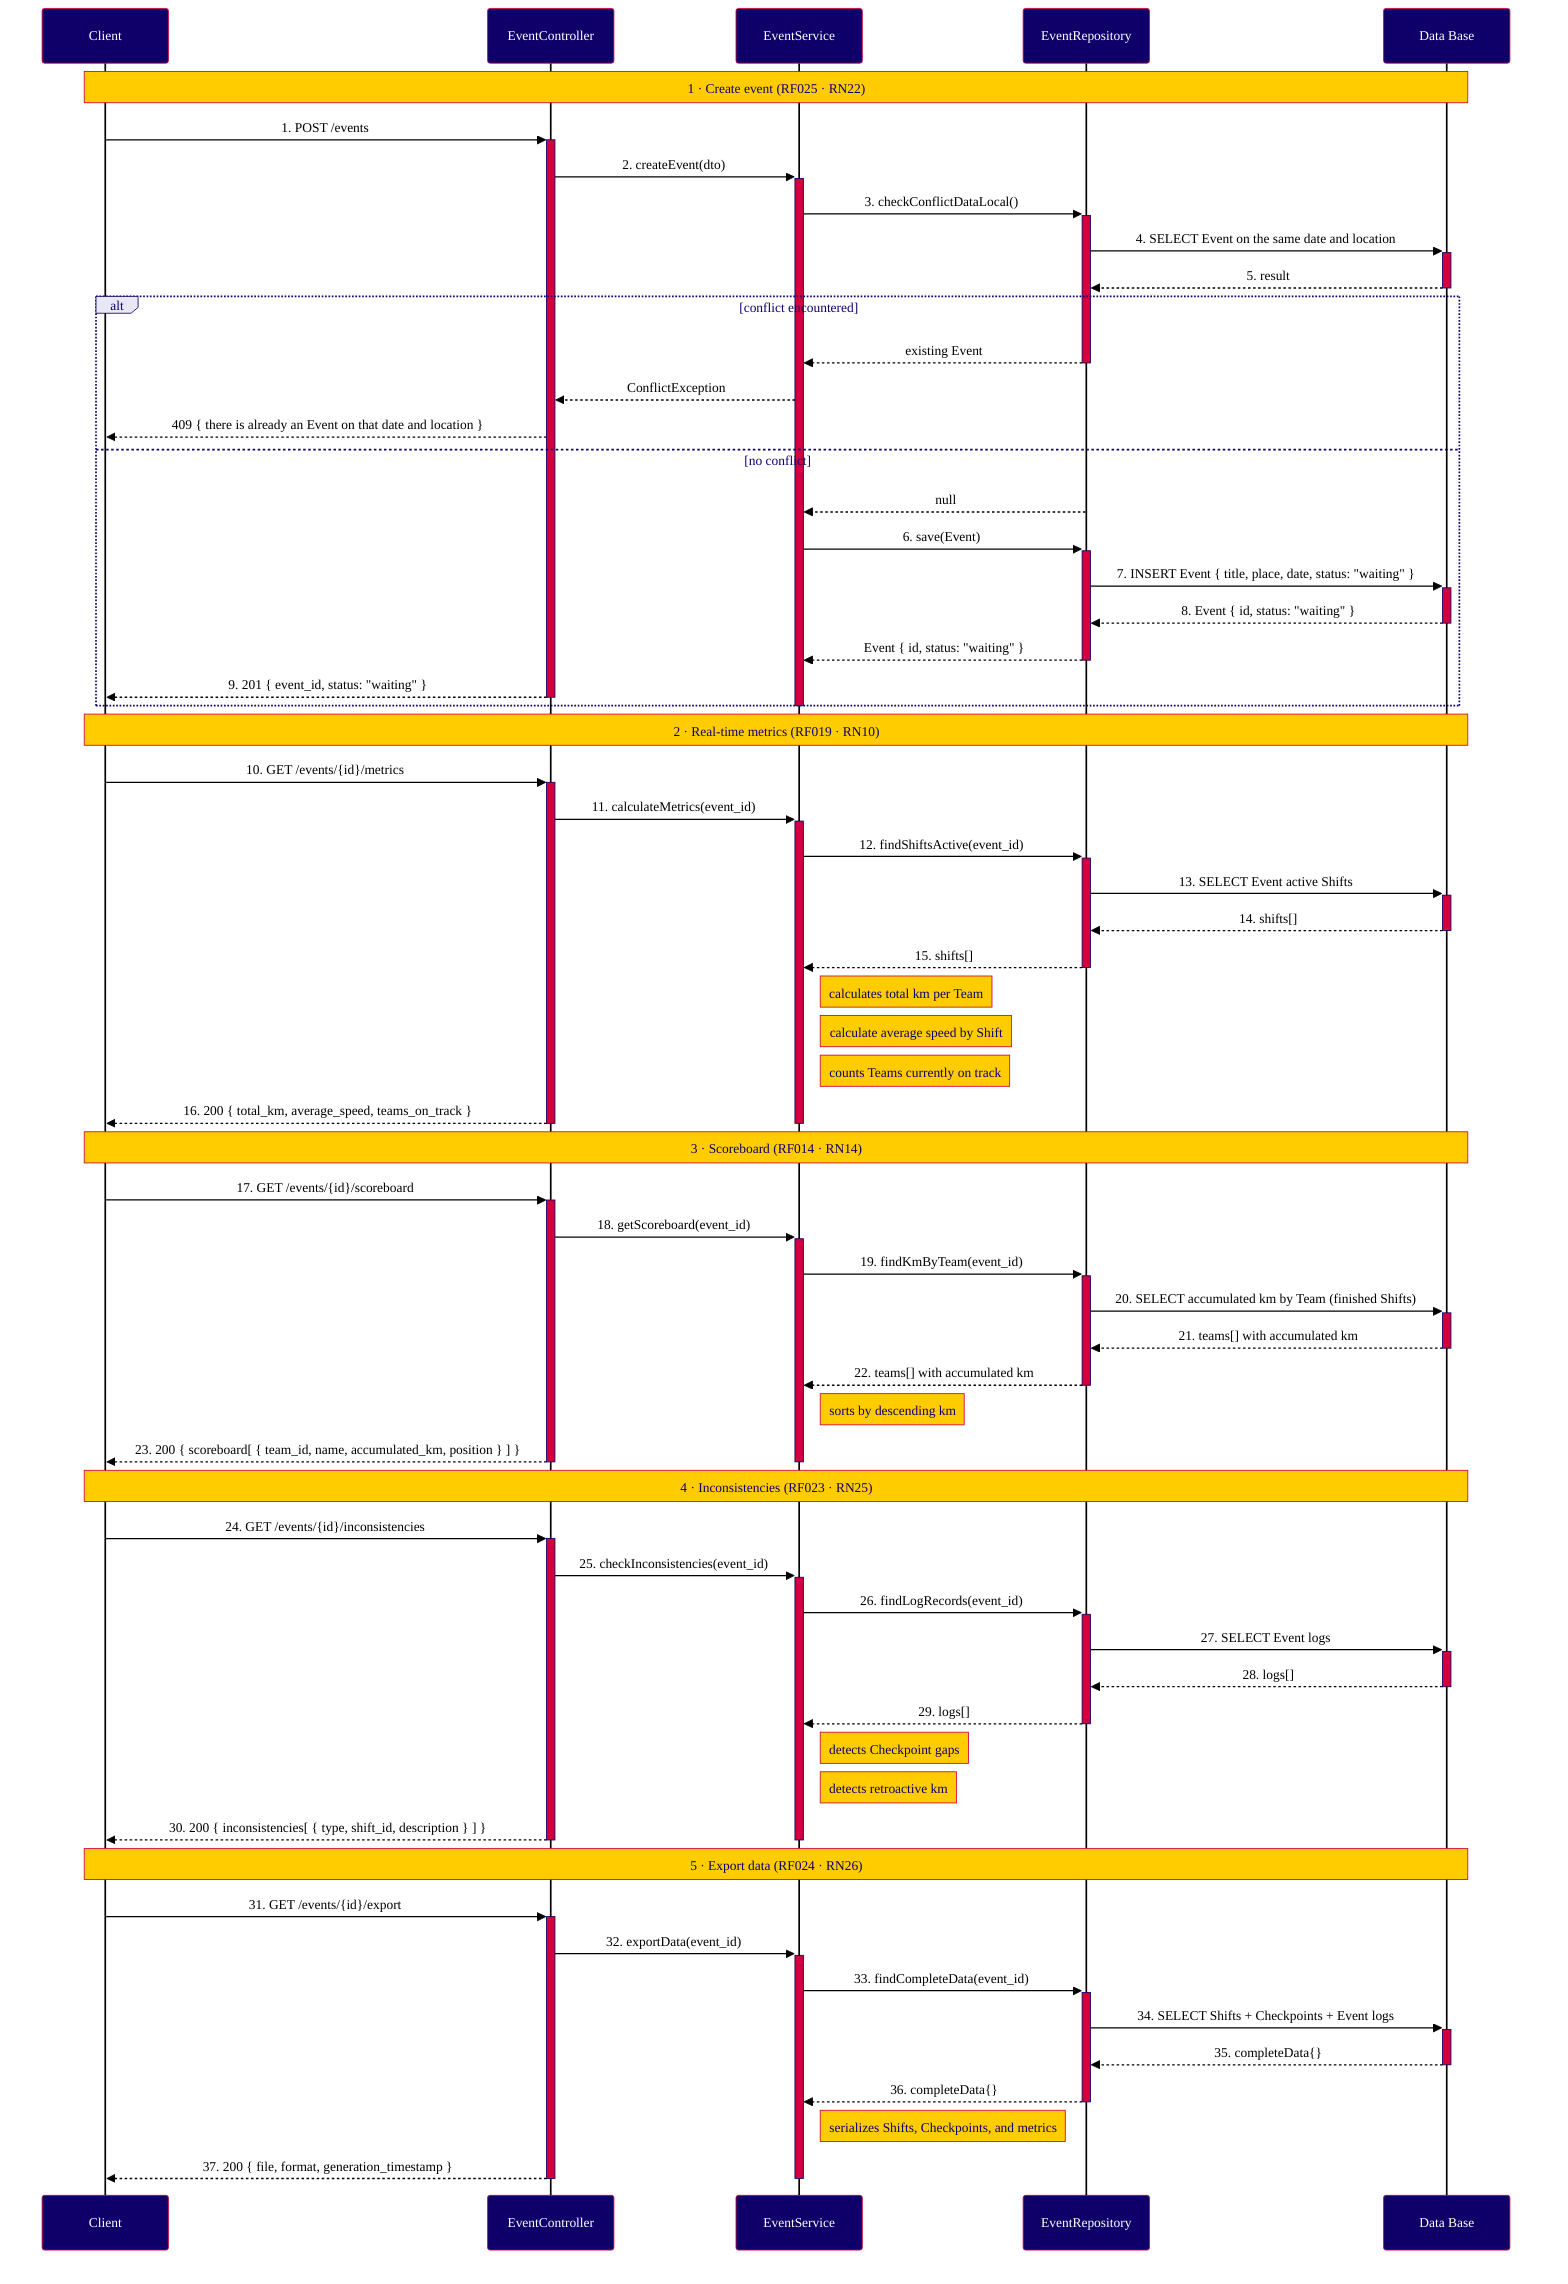
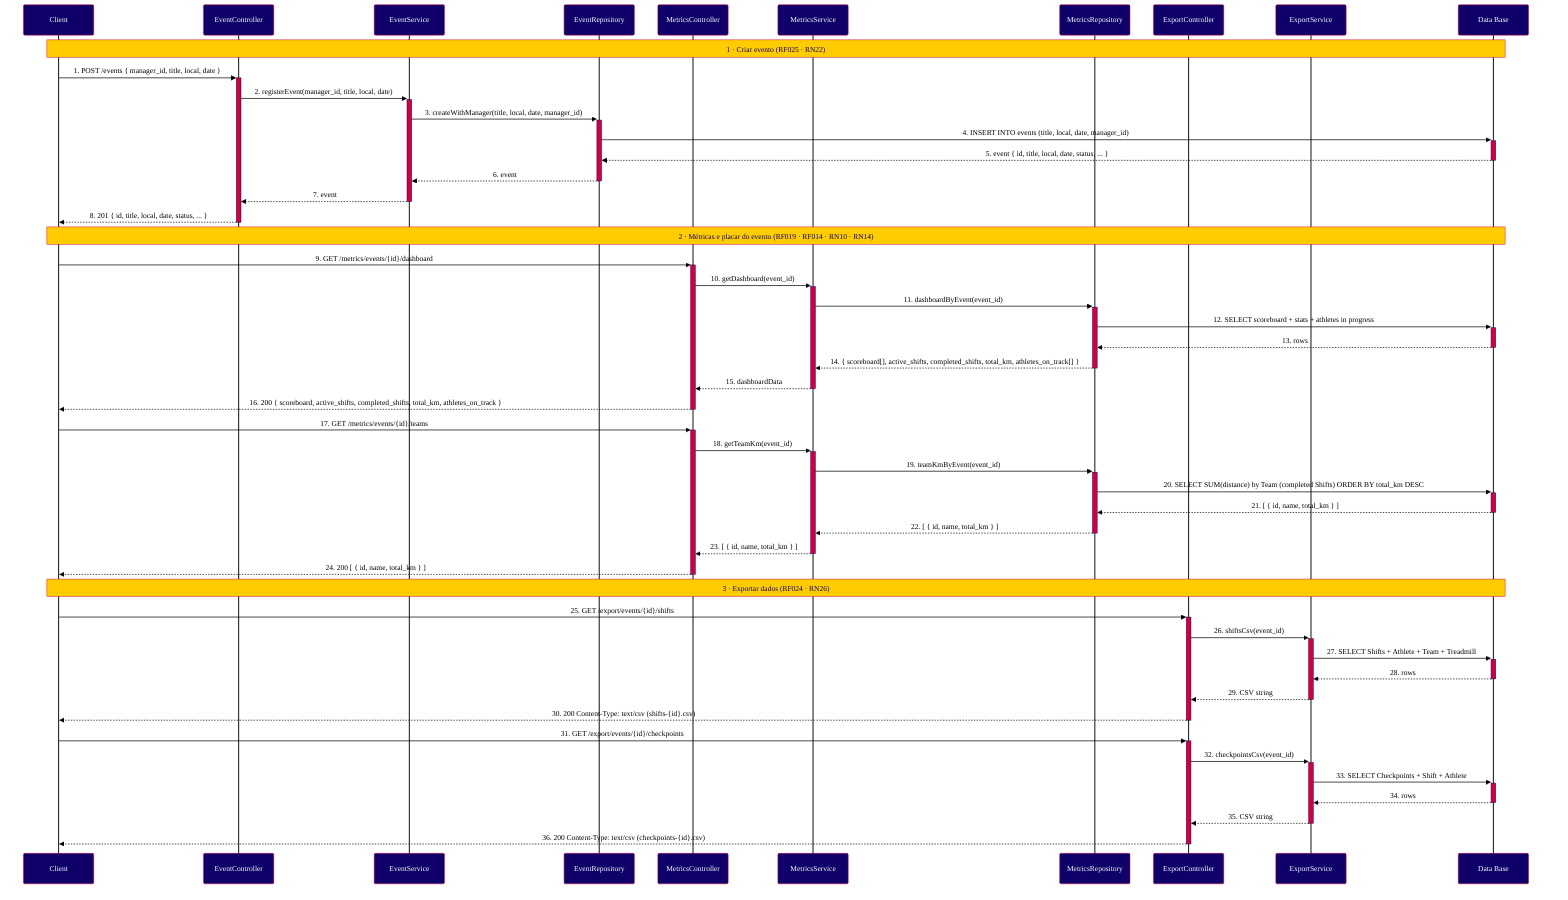

%%{init: {
  "theme": "base",
+   "background": "#ffffff",
  "themeVariables": {
    "primaryColor": "#0F0069",
    "primaryTextColor": "#FFFFFF",
    "primaryBorderColor": "#D2003C",
    "secondaryColor": "#D2003C",
    "secondaryTextColor": "#FFFFFF",
    "secondaryBorderColor": "#D2003C",
    "tertiaryColor": "#E8E8F5",
    "tertiaryTextColor": "#0F0069",
    "tertiaryBorderColor": "#0F0069",
    "noteBkgColor": "#FFCC00",
    "noteTextColor": "#0F0069",
    "noteBorderColor": "#D2003C",
    "activationBkgColor": "#D2003C",
    "activationBorderColor": "#0F0069",
    "actorBkg": "#0F0069",
    "actorTextColor": "#FFFFFF",
    "actorBorderColor": "#D2003C",
    "actorLineColor": "#000000",
    "signalColor": "#000000",
    "signalTextColor": "#000000",
    "labelBoxBkgColor": "#E8E8F5",
    "labelBoxBorderColor": "#0F0069",
    "labelTextColor": "#0F0069",
    "loopTextColor": "#0F0069",
    "fontFamily": "Arial, sans-serif",
    "fontSize": "14px",
    "background": "#FFFFFF"
  }
}}%%
sequenceDiagram
    participant C as Client
    participant CT as EventController
    participant ES as EventService
    participant ER as EventRepository
+     participant MC as MetricsController
+     participant MS as MetricsService
+     participant MR as MetricsRepository
+     participant ExC as ExportController
+     participant ExS as ExportService
    participant DB as Data Base

-     Note over C,DB: 1 · Create event (RF025 · RN22)
+     Note over C,DB: 1 · Criar evento (RF025 · RN22)

-     C->>+CT: 1. POST /events
-     CT->>+ES: 2. createEvent(dto)
-     ES->>+ER: 3. checkConflictDataLocal()
-     ER->>+DB: 4. SELECT Event on the same date and location
-     DB-->>-ER: 5. result
-     alt conflict encountered
-         ER-->>-ES: existing Event
-         ES-->>CT: ConflictException
-         CT-->>C: 409 { there is already an Event on that date and location }
-     else no conflict
-         ER-->>ES: null
-         ES->>+ER: 6. save(Event)
-         ER->>+DB: 7. INSERT Event { title, place, date, status: "waiting" }
-         DB-->>-ER: 8. Event { id, status: "waiting" }
-         ER-->>-ES: Event { id, status: "waiting" }
-         CT-->>-C: 9. 201 { event_id, status: "waiting" }
-     end
-     deactivate ES
+     C->>+CT: 1. POST /events { manager_id, title, local, date }
+     CT->>+ES: 2. registerEvent(manager_id, title, local, date)
+     ES->>+ER: 3. createWithManager(title, local, date, manager_id)
+     ER->>+DB: 4. INSERT INTO events (title, local, date, manager_id)
+     DB-->>-ER: 5. event { id, title, local, date, status, ... }
+     ER-->>-ES: 6. event
+     ES-->>-CT: 7. event
+     CT-->>-C: 8. 201 { id, title, local, date, status, ... }

-     Note over C,DB: 2 · Real-time metrics (RF019 · RN10)
+     Note over C,DB: 2 · Métricas e placar do evento (RF019 · RF014 · RN10 · RN14)

-     C->>+CT: 10. GET /events/{id}/metrics
-     CT->>+ES: 11. calculateMetrics(event_id)
-     ES->>+ER: 12. findShiftsActive(event_id)
-     ER->>+DB: 13. SELECT Event active Shifts
-     DB-->>-ER: 14. shifts[]
-     ER-->>-ES: 15. shifts[]
-     Note right of ES: calculates total km per Team
-     Note right of ES: calculate average speed by Shift
-     Note right of ES: counts Teams currently on track
-     CT-->>-C: 16. 200 { total_km, average_speed, teams_on_track }
-     deactivate ES
+     C->>+MC: 9. GET /metrics/events/{id}/dashboard
+     MC->>+MS: 10. getDashboard(event_id)
+     MS->>+MR: 11. dashboardByEvent(event_id)
+     MR->>+DB: 12. SELECT scoreboard + stats + athletes in progress
+     DB-->>-MR: 13. rows
+     MR-->>-MS: 14. { scoreboard[], active_shifts, completed_shifts, total_km, athletes_on_track[] }
+     MS-->>-MC: 15. dashboardData
+     MC-->>-C: 16. 200 { scoreboard, active_shifts, completed_shifts, total_km, athletes_on_track }

-     Note over C,DB: 3 · Scoreboard (RF014 · RN14)
+     C->>+MC: 17. GET /metrics/events/{id}/teams
+     MC->>+MS: 18. getTeamKm(event_id)
+     MS->>+MR: 19. teamKmByEvent(event_id)
+     MR->>+DB: 20. SELECT SUM(distance) by Team (completed Shifts) ORDER BY total_km DESC
+     DB-->>-MR: 21. [ { id, name, total_km } ]
+     MR-->>-MS: 22. [ { id, name, total_km } ]
+     MS-->>-MC: 23. [ { id, name, total_km } ]
+     MC-->>-C: 24. 200 [ { id, name, total_km } ]

-     C->>+CT: 17. GET /events/{id}/scoreboard
-     CT->>+ES: 18. getScoreboard(event_id)
-     ES->>+ER: 19. findKmByTeam(event_id)
-     ER->>+DB: 20. SELECT accumulated km by Team (finished Shifts)
-     DB-->>-ER: 21. teams[] with accumulated km
-     ER-->>-ES: 22. teams[] with accumulated km
+     Note over C,DB: 3 · Exportar dados (RF024 · RN26)

-     Note right of ES: sorts by descending km
-     CT-->>-C: 23. 200 { scoreboard[ { team_id, name, accumulated_km, position } ] }
-     deactivate ES
+     C->>+ExC: 25. GET /export/events/{id}/shifts
+     ExC->>+ExS: 26. shiftsCsv(event_id)
+     ExS->>+DB: 27. SELECT Shifts + Athlete + Team + Treadmill
+     DB-->>-ExS: 28. rows
+     ExS-->>-ExC: 29. CSV string
+     ExC-->>-C: 30. 200 Content-Type: text/csv (shifts-{id}.csv)

-     Note over C,DB: 4 · Inconsistencies (RF023 · RN25)
- 
-     C->>+CT: 24. GET /events/{id}/inconsistencies
-     CT->>+ES: 25. checkInconsistencies(event_id)
-     ES->>+ER: 26. findLogRecords(event_id)
-     ER->>+DB: 27. SELECT Event logs
-     DB-->>-ER: 28. logs[]
-     ER-->>-ES: 29. logs[]
- 
-     Note right of ES: detects Checkpoint gaps
-     Note right of ES: detects retroactive km
-     CT-->>-C: 30. 200 { inconsistencies[ { type, shift_id, description } ] }
-     deactivate ES
- 
-     Note over C,DB: 5 · Export data (RF024 · RN26)
- 
-     C->>+CT: 31. GET /events/{id}/export
-     CT->>+ES: 32. exportData(event_id)
-     ES->>+ER: 33. findCompleteData(event_id)
-     ER->>+DB: 34. SELECT Shifts + Checkpoints + Event logs
-     DB-->>-ER: 35. completeData{}
-     ER-->>-ES: 36. completeData{}
- 
-     Note right of ES: serializes Shifts, Checkpoints, and metrics
-     CT-->>-C: 37. 200 { file, format, generation_timestamp }
-     deactivate ES+     C->>+ExC: 31. GET /export/events/{id}/checkpoints
+     ExC->>+ExS: 32. checkpointsCsv(event_id)
+     ExS->>+DB: 33. SELECT Checkpoints + Shift + Athlete
+     DB-->>-ExS: 34. rows
+     ExS-->>-ExC: 35. CSV string
+     ExC-->>-C: 36. 200 Content-Type: text/csv (checkpoints-{id}.csv)
